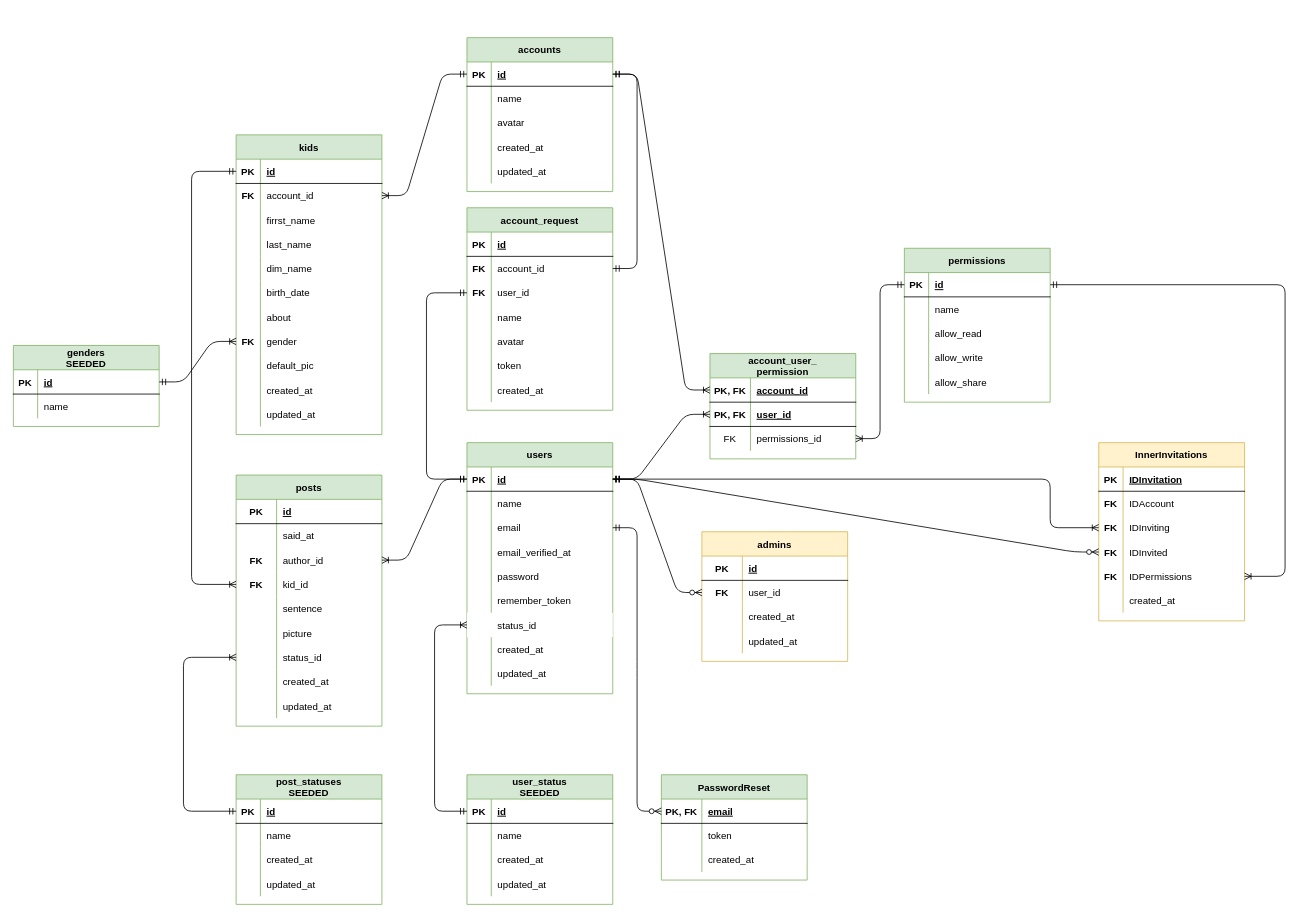
Before: ERD_tataamarcinv3.drawio in donsledzion/tata3, a draw.io diagram. Source tidied: cells renumbered, new cells numbered last; positions are measured from the earlier drawing's top-left corner, leaving out a move shared by most shapes. Both pictures are drawn from the tidied source at 81%, with x=0, y=0 at pixel (13, 37).
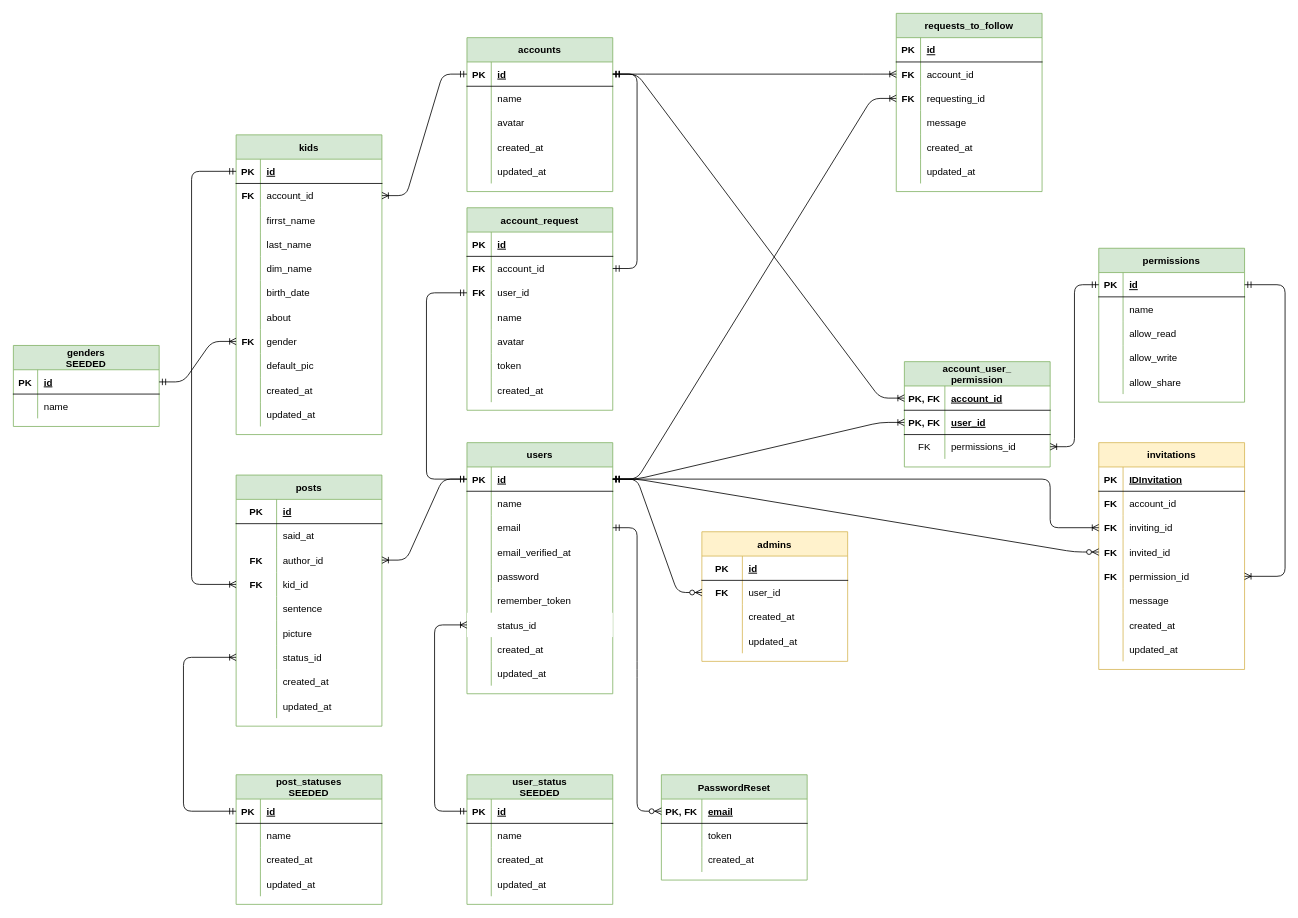
After the change.

Unchanged cells that the change refers to:
```xml
<mxCell id="31" style="shape=partialRectangle;fillColor=none;top=0;left=0;bottom=1;right=0;points=[[0,0.5],[1,0.5]];portConstraint=eastwest;" parent="30" vertex="1">
  <mxGeometry y="30" width="180" height="30" as="geometry" />
</mxCell>
<mxCell id="47" style="shape=partialRectangle;fillColor=none;top=0;left=0;bottom=1;right=0;points=[[0,0.5],[1,0.5]];portConstraint=eastwest;" parent="46" vertex="1">
  <mxGeometry y="30" width="180" height="30" as="geometry" />
</mxCell>
<mxCell id="177" style="shape=partialRectangle;fillColor=none;top=0;left=0;bottom=0;right=0;" parent="173" vertex="1">
  <mxGeometry y="60" width="180" height="30" as="geometry" />
</mxCell>
<mxCell id="180" style="shape=partialRectangle;fillColor=none;top=0;left=0;bottom=0;right=0;points=[[0,0.5],[1,0.5]];portConstraint=eastwest;" parent="173" vertex="1">
  <mxGeometry y="90" width="180" height="30" as="geometry" />
</mxCell>
<mxCell id="183" style="shape=partialRectangle;fillColor=none;top=0;left=0;bottom=0;right=0;points=[[0,0.5],[1,0.5]];portConstraint=eastwest;" parent="173" vertex="1">
  <mxGeometry y="120" width="180" height="30" as="geometry" />
</mxCell>
<mxCell id="186" style="shape=partialRectangle;fillColor=none;top=0;left=0;bottom=0;right=0;points=[[0,0.5],[1,0.5]];portConstraint=eastwest;" parent="173" vertex="1">
  <mxGeometry y="150" width="180" height="30" as="geometry" />
</mxCell>
<mxCell id="189" style="shape=partialRectangle;fillColor=none;top=0;left=0;bottom=0;right=0;" parent="173" vertex="1">
  <mxGeometry y="180" width="180" height="30" as="geometry" />
</mxCell>
```

Diff of the diagram source:
```diff
@@
     <mxCell id="74" value="permissions" style="shape=table;startSize=30;childLayout=tableLayout;rowLines=0;fontStyle=1;align=center;fillColor=#d5e8d4;strokeColor=#82b366;" parent="1" vertex="1">
-      <mxGeometry x="1100" y="260" width="180" height="190" as="geometry" />
+      <mxGeometry x="1340" y="260" width="180" height="190" as="geometry" />
     </mxCell>
@@
     <mxCell id="126" value="account_user_&#10;permission" style="shape=table;startSize=30;childLayout=tableLayout;rowLines=0;fontStyle=1;align=center;fillColor=#d5e8d4;strokeColor=#82b366;" parent="1" vertex="1">
-      <mxGeometry x="860" y="390" width="180" height="130" as="geometry" />
+      <mxGeometry x="1100" y="400" width="180" height="130" as="geometry" />
     </mxCell>
@@
-    <mxCell id="173" value="InnerInvitations" style="shape=table;startSize=30;childLayout=tableLayout;rowLines=0;fontStyle=1;align=center;fillColor=#fff2cc;strokeColor=#d6b656;" parent="1" vertex="1">
-      <mxGeometry x="1340" y="500" width="180" height="220" as="geometry" />
+    <mxCell id="173" value="invitations" style="shape=table;startSize=30;childLayout=tableLayout;rowLines=0;fontStyle=1;align=center;fillColor=#fff2cc;strokeColor=#d6b656;" parent="1" vertex="1">
+      <mxGeometry x="1340" y="500" width="180" height="280" as="geometry" />
     </mxCell>
@@
-    <mxCell id="179" value="IDAccount" style="shape=partialRectangle;fillColor=none;top=0;left=0;bottom=0;right=0;align=left;spacingLeft=6;overflow=hidden;" parent="177" vertex="1">
+    <mxCell id="179" value="account_id" style="shape=partialRectangle;fillColor=none;top=0;left=0;bottom=0;right=0;align=left;spacingLeft=6;overflow=hidden;" parent="177" vertex="1">
       <mxGeometry x="30" width="150" height="30" as="geometry" />
     </mxCell>
@@
-    <mxCell id="182" value="IDInviting" style="shape=partialRectangle;fillColor=none;top=0;left=0;bottom=0;right=0;align=left;spacingLeft=6;overflow=hidden;" parent="180" vertex="1">
+    <mxCell id="182" value="inviting_id" style="shape=partialRectangle;fillColor=none;top=0;left=0;bottom=0;right=0;align=left;spacingLeft=6;overflow=hidden;" parent="180" vertex="1">
       <mxGeometry x="30" width="150" height="30" as="geometry" />
     </mxCell>
@@
-    <mxCell id="185" value="IDInvited" style="shape=partialRectangle;fillColor=none;top=0;left=0;bottom=0;right=0;align=left;spacingLeft=6;overflow=hidden;" parent="183" vertex="1">
+    <mxCell id="185" value="invited_id" style="shape=partialRectangle;fillColor=none;top=0;left=0;bottom=0;right=0;align=left;spacingLeft=6;overflow=hidden;" parent="183" vertex="1">
       <mxGeometry x="30" width="150" height="30" as="geometry" />
     </mxCell>
@@
-    <mxCell id="188" value="IDPermissions" style="shape=partialRectangle;fillColor=none;top=0;left=0;bottom=0;right=0;align=left;spacingLeft=6;overflow=hidden;" parent="186" vertex="1">
+    <mxCell id="188" value="permission_id" style="shape=partialRectangle;fillColor=none;top=0;left=0;bottom=0;right=0;align=left;spacingLeft=6;overflow=hidden;" parent="186" vertex="1">
       <mxGeometry x="30" width="150" height="30" as="geometry" />
     </mxCell>
@@
-    <mxCell id="191" value="created_at" style="shape=partialRectangle;fillColor=none;top=0;left=0;bottom=0;right=0;align=left;spacingLeft=6;overflow=hidden;" parent="189" vertex="1">
+    <mxCell id="191" value="message" style="shape=partialRectangle;fillColor=none;top=0;left=0;bottom=0;right=0;align=left;spacingLeft=6;overflow=hidden;" parent="189" vertex="1">
       <mxGeometry x="30" width="150" height="30" as="geometry" />
     </mxCell>
+    <mxCell id="247" style="shape=partialRectangle;fillColor=none;top=0;left=0;bottom=0;right=0;" parent="173" vertex="1">
+      <mxGeometry y="210" width="180" height="30" as="geometry" />
+    </mxCell>
+    <mxCell id="248" style="shape=partialRectangle;fillColor=none;top=0;left=0;bottom=0;right=0;overflow=hidden;" parent="247" vertex="1">
+      <mxGeometry width="30" height="30" as="geometry" />
+    </mxCell>
+    <mxCell id="249" value="created_at" style="shape=partialRectangle;fillColor=none;top=0;left=0;bottom=0;right=0;align=left;spacingLeft=6;overflow=hidden;" parent="247" vertex="1">
+      <mxGeometry x="30" width="150" height="30" as="geometry" />
+    </mxCell>
+    <mxCell id="250" style="shape=partialRectangle;fillColor=none;top=0;left=0;bottom=0;right=0;" parent="173" vertex="1">
+      <mxGeometry y="240" width="180" height="30" as="geometry" />
+    </mxCell>
+    <mxCell id="251" style="shape=partialRectangle;fillColor=none;top=0;left=0;bottom=0;right=0;overflow=hidden;" parent="250" vertex="1">
+      <mxGeometry width="30" height="30" as="geometry" />
+    </mxCell>
+    <mxCell id="252" value="updated_at" style="shape=partialRectangle;fillColor=none;top=0;left=0;bottom=0;right=0;align=left;spacingLeft=6;overflow=hidden;" parent="250" vertex="1">
+      <mxGeometry x="30" width="150" height="30" as="geometry" />
+    </mxCell>
@@
+    <mxCell id="253" value="requests_to_follow" style="shape=table;startSize=30;childLayout=tableLayout;rowLines=0;fontStyle=1;align=center;fillColor=#d5e8d4;strokeColor=#82b366;" parent="1" vertex="1">
+      <mxGeometry x="1090" y="-30" width="180" height="220" as="geometry" />
+    </mxCell>
+    <mxCell id="254" style="shape=partialRectangle;fillColor=none;top=0;left=0;bottom=1;right=0;" parent="253" vertex="1">
+      <mxGeometry y="30" width="180" height="30" as="geometry" />
+    </mxCell>
+    <mxCell id="255" value="PK" style="shape=partialRectangle;fillColor=none;top=0;left=0;bottom=0;right=0;fontStyle=1;overflow=hidden;" parent="254" vertex="1">
+      <mxGeometry width="30" height="30" as="geometry" />
+    </mxCell>
+    <mxCell id="256" value="id" style="shape=partialRectangle;fillColor=none;top=0;left=0;bottom=0;right=0;align=left;spacingLeft=6;fontStyle=5;overflow=hidden;" parent="254" vertex="1">
+      <mxGeometry x="30" width="150" height="30" as="geometry" />
+    </mxCell>
+    <mxCell id="257" style="shape=partialRectangle;fillColor=none;top=0;left=0;bottom=0;right=0;points=[[0,0.5],[1,0.5]];portConstraint=eastwest;" parent="253" vertex="1">
+      <mxGeometry y="60" width="180" height="30" as="geometry" />
+    </mxCell>
+    <mxCell id="258" value="FK" style="shape=partialRectangle;fillColor=none;top=0;left=0;bottom=0;right=0;overflow=hidden;fontStyle=1;" parent="257" vertex="1">
+      <mxGeometry width="30" height="30" as="geometry" />
+    </mxCell>
+    <mxCell id="259" value="account_id" style="shape=partialRectangle;fillColor=none;top=0;left=0;bottom=0;right=0;align=left;spacingLeft=6;overflow=hidden;" parent="257" vertex="1">
+      <mxGeometry x="30" width="150" height="30" as="geometry" />
+    </mxCell>
+    <mxCell id="260" style="shape=partialRectangle;fillColor=none;top=0;left=0;bottom=0;right=0;points=[[0,0.5],[1,0.5]];portConstraint=eastwest;" parent="253" vertex="1">
+      <mxGeometry y="90" width="180" height="30" as="geometry" />
+    </mxCell>
+    <mxCell id="261" value="FK" style="shape=partialRectangle;fillColor=none;top=0;left=0;bottom=0;right=0;overflow=hidden;fontStyle=1;" parent="260" vertex="1">
+      <mxGeometry width="30" height="30" as="geometry" />
+    </mxCell>
+    <mxCell id="262" value="requesting_id" style="shape=partialRectangle;fillColor=none;top=0;left=0;bottom=0;right=0;align=left;spacingLeft=6;overflow=hidden;" parent="260" vertex="1">
+      <mxGeometry x="30" width="150" height="30" as="geometry" />
+    </mxCell>
+    <mxCell id="263" style="shape=partialRectangle;fillColor=none;top=0;left=0;bottom=0;right=0;" parent="253" vertex="1">
+      <mxGeometry y="120" width="180" height="30" as="geometry" />
+    </mxCell>
+    <mxCell id="264" style="shape=partialRectangle;fillColor=none;top=0;left=0;bottom=0;right=0;overflow=hidden;" parent="263" vertex="1">
+      <mxGeometry width="30" height="30" as="geometry" />
+    </mxCell>
+    <mxCell id="265" value="message" style="shape=partialRectangle;fillColor=none;top=0;left=0;bottom=0;right=0;align=left;spacingLeft=6;overflow=hidden;" parent="263" vertex="1">
+      <mxGeometry x="30" width="150" height="30" as="geometry" />
+    </mxCell>
+    <mxCell id="266" style="shape=partialRectangle;fillColor=none;top=0;left=0;bottom=0;right=0;" parent="253" vertex="1">
+      <mxGeometry y="150" width="180" height="30" as="geometry" />
+    </mxCell>
+    <mxCell id="267" style="shape=partialRectangle;fillColor=none;top=0;left=0;bottom=0;right=0;overflow=hidden;" parent="266" vertex="1">
+      <mxGeometry width="30" height="30" as="geometry" />
+    </mxCell>
+    <mxCell id="268" value="created_at" style="shape=partialRectangle;fillColor=none;top=0;left=0;bottom=0;right=0;align=left;spacingLeft=6;overflow=hidden;" parent="266" vertex="1">
+      <mxGeometry x="30" width="150" height="30" as="geometry" />
+    </mxCell>
+    <mxCell id="269" style="shape=partialRectangle;fillColor=none;top=0;left=0;bottom=0;right=0;" parent="253" vertex="1">
+      <mxGeometry y="180" width="180" height="30" as="geometry" />
+    </mxCell>
+    <mxCell id="270" style="shape=partialRectangle;fillColor=none;top=0;left=0;bottom=0;right=0;overflow=hidden;" parent="269" vertex="1">
+      <mxGeometry width="30" height="30" as="geometry" />
+    </mxCell>
+    <mxCell id="271" value="updated_at" style="shape=partialRectangle;fillColor=none;top=0;left=0;bottom=0;right=0;align=left;spacingLeft=6;overflow=hidden;" parent="269" vertex="1">
+      <mxGeometry x="30" width="150" height="30" as="geometry" />
+    </mxCell>
+    <mxCell id="272" style="edgeStyle=entityRelationEdgeStyle;fontSize=12;html=1;endArrow=ERoneToMany;startArrow=ERmandOne;exitX=1;exitY=0.5;exitDx=0;exitDy=0;entryX=0;entryY=0.5;entryDx=0;entryDy=0;" parent="1" edge="1" source="31" target="257">
+      <mxGeometry relative="1" as="geometry" />
+    </mxCell>
+    <mxCell id="273" style="edgeStyle=entityRelationEdgeStyle;fontSize=12;html=1;endArrow=ERoneToMany;startArrow=ERmandOne;exitX=1;exitY=0.5;exitDx=0;exitDy=0;entryX=0;entryY=0.5;entryDx=0;entryDy=0;" parent="1" edge="1" source="47" target="260">
+      <mxGeometry relative="1" as="geometry" />
+    </mxCell>
```
